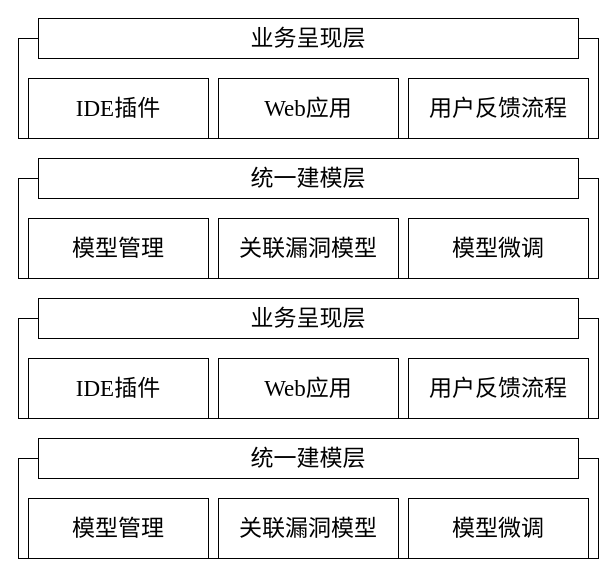
The draw.io diagram 系统-技术架构图.drawio in LovenSar/-, before the edit. Source tidied: cells renumbered, new cells numbered last; positions are measured from the earlier drawing's top-left corner, leaving out a move shared by most shapes. Both pictures are drawn from the tidied source at 100%, with x=0, y=0 at pixel (18, 18).
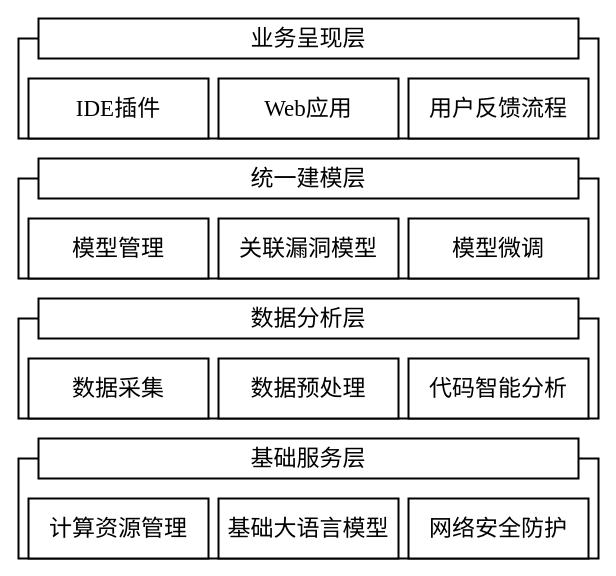
The same diagram, later.

Commit message:
更新系统-技术架构图.drawio

Change to the diagram source:
```diff
@@
-    <mxCell id="2" style="group;" parent="1" vertex="1">
+    <mxCell id="2" style="group;strokeWidth=2;" parent="1" vertex="1">
       <mxGeometry width="580" height="120" as="geometry" />
     </mxCell>
-    <mxCell id="3" style="rounded=0;whiteSpace=wrap;html=1;fontSize=23;fontFamily=宋体;" parent="2" vertex="1">
+    <mxCell id="3" style="rounded=0;whiteSpace=wrap;html=1;fontSize=23;fontFamily=宋体;strokeWidth=2;" parent="2" vertex="1">
       <mxGeometry y="20" width="580" height="100" as="geometry" />
     </mxCell>
-    <mxCell id="4" value="业务呈现层" style="rounded=0;whiteSpace=wrap;html=1;fontSize=23;fontFamily=宋体;" parent="2" vertex="1">
+    <mxCell id="4" value="业务呈现层" style="rounded=0;whiteSpace=wrap;html=1;fontSize=23;fontFamily=宋体;strokeWidth=2;" parent="2" vertex="1">
       <mxGeometry x="20" width="540" height="40" as="geometry" />
     </mxCell>
-    <mxCell id="5" value="IDE&lt;font face=&quot;宋体&quot;&gt;插件&lt;/font&gt;" style="rounded=0;whiteSpace=wrap;html=1;fontSize=23;fontFamily=Times New Roman;" parent="2" vertex="1">
+    <mxCell id="5" value="IDE&lt;font face=&quot;宋体&quot;&gt;插件&lt;/font&gt;" style="rounded=0;whiteSpace=wrap;html=1;fontSize=23;fontFamily=Times New Roman;strokeWidth=2;" parent="2" vertex="1">
       <mxGeometry x="10" y="60" width="180" height="60" as="geometry" />
     </mxCell>
-    <mxCell id="6" value="&lt;font face=&quot;Times New Roman&quot;&gt;Web&lt;/font&gt;应用" style="rounded=0;whiteSpace=wrap;html=1;fontSize=23;fontFamily=宋体;" parent="2" vertex="1">
+    <mxCell id="6" value="&lt;font face=&quot;Times New Roman&quot;&gt;Web&lt;/font&gt;应用" style="rounded=0;whiteSpace=wrap;html=1;fontSize=23;fontFamily=宋体;strokeWidth=2;" parent="2" vertex="1">
       <mxGeometry x="200" y="60" width="180" height="60" as="geometry" />
     </mxCell>
-    <mxCell id="7" value="用户反馈流程" style="rounded=0;whiteSpace=wrap;html=1;fontSize=23;fontFamily=宋体;" parent="2" vertex="1">
+    <mxCell id="7" value="用户反馈流程" style="rounded=0;whiteSpace=wrap;html=1;fontSize=23;fontFamily=宋体;strokeWidth=2;" parent="2" vertex="1">
       <mxGeometry x="390" y="60" width="180" height="60" as="geometry" />
     </mxCell>
-    <mxCell id="8" style="group;" parent="1" vertex="1">
+    <mxCell id="8" style="group;strokeWidth=2;" parent="1" vertex="1">
       <mxGeometry y="140" width="580" height="120" as="geometry" />
     </mxCell>
-    <mxCell id="9" style="rounded=0;whiteSpace=wrap;html=1;fontSize=23;fontFamily=宋体;" parent="8" vertex="1">
+    <mxCell id="9" style="rounded=0;whiteSpace=wrap;html=1;fontSize=23;fontFamily=宋体;strokeWidth=2;" parent="8" vertex="1">
       <mxGeometry y="20" width="580" height="100" as="geometry" />
     </mxCell>
-    <mxCell id="10" value="统一建模层" style="rounded=0;whiteSpace=wrap;html=1;fontSize=23;fontFamily=宋体;" parent="8" vertex="1">
+    <mxCell id="10" value="统一建模层" style="rounded=0;whiteSpace=wrap;html=1;fontSize=23;fontFamily=宋体;strokeWidth=2;" parent="8" vertex="1">
       <mxGeometry x="20" width="540" height="40" as="geometry" />
     </mxCell>
-    <mxCell id="11" value="模型管理" style="rounded=0;whiteSpace=wrap;html=1;fontSize=23;fontFamily=宋体;" parent="8" vertex="1">
+    <mxCell id="11" value="模型管理" style="rounded=0;whiteSpace=wrap;html=1;fontSize=23;fontFamily=宋体;strokeWidth=2;" parent="8" vertex="1">
       <mxGeometry x="10" y="60" width="180" height="60" as="geometry" />
     </mxCell>
-    <mxCell id="12" value="&lt;font&gt;关联漏洞模型&lt;/font&gt;" style="rounded=0;whiteSpace=wrap;html=1;fontSize=23;fontFamily=宋体;" parent="8" vertex="1">
+    <mxCell id="12" value="&lt;font&gt;关联漏洞模型&lt;/font&gt;" style="rounded=0;whiteSpace=wrap;html=1;fontSize=23;fontFamily=宋体;strokeWidth=2;" parent="8" vertex="1">
       <mxGeometry x="200" y="60" width="180" height="60" as="geometry" />
     </mxCell>
-    <mxCell id="13" value="模型微调" style="rounded=0;whiteSpace=wrap;html=1;fontSize=23;fontFamily=宋体;" parent="8" vertex="1">
+    <mxCell id="13" value="模型微调" style="rounded=0;whiteSpace=wrap;html=1;fontSize=23;fontFamily=宋体;strokeWidth=2;" parent="8" vertex="1">
       <mxGeometry x="390" y="60" width="180" height="60" as="geometry" />
     </mxCell>
-    <mxCell id="14" style="group;" parent="1" vertex="1">
+    <mxCell id="14" style="group;fontFamily=宋体;strokeWidth=2;" parent="1" vertex="1">
       <mxGeometry y="280" width="580" height="120" as="geometry" />
     </mxCell>
-    <mxCell id="15" style="rounded=0;whiteSpace=wrap;html=1;fontSize=23;fontFamily=宋体;" parent="14" vertex="1">
+    <mxCell id="15" style="rounded=0;whiteSpace=wrap;html=1;fontSize=23;fontFamily=宋体;strokeWidth=2;" parent="14" vertex="1">
       <mxGeometry y="20" width="580" height="100" as="geometry" />
     </mxCell>
-    <mxCell id="16" value="业务呈现层" style="rounded=0;whiteSpace=wrap;html=1;fontSize=23;fontFamily=宋体;" parent="14" vertex="1">
+    <mxCell id="16" value="数据分析层" style="rounded=0;whiteSpace=wrap;html=1;fontSize=23;fontFamily=宋体;strokeWidth=2;" parent="14" vertex="1">
       <mxGeometry x="20" width="540" height="40" as="geometry" />
     </mxCell>
-    <mxCell id="17" value="IDE&lt;font face=&quot;宋体&quot;&gt;插件&lt;/font&gt;" style="rounded=0;whiteSpace=wrap;html=1;fontSize=23;fontFamily=Times New Roman;" parent="14" vertex="1">
+    <mxCell id="17" value="数据采集" style="rounded=0;whiteSpace=wrap;html=1;fontSize=23;fontFamily=宋体;strokeWidth=2;" parent="14" vertex="1">
       <mxGeometry x="10" y="60" width="180" height="60" as="geometry" />
     </mxCell>
-    <mxCell id="18" value="&lt;font face=&quot;Times New Roman&quot;&gt;Web&lt;/font&gt;应用" style="rounded=0;whiteSpace=wrap;html=1;fontSize=23;fontFamily=宋体;" parent="14" vertex="1">
+    <mxCell id="18" value="&lt;font&gt;数据预处理&lt;/font&gt;" style="rounded=0;whiteSpace=wrap;html=1;fontSize=23;fontFamily=宋体;strokeWidth=2;" parent="14" vertex="1">
       <mxGeometry x="200" y="60" width="180" height="60" as="geometry" />
     </mxCell>
-    <mxCell id="19" value="用户反馈流程" style="rounded=0;whiteSpace=wrap;html=1;fontSize=23;fontFamily=宋体;" parent="14" vertex="1">
+    <mxCell id="19" value="代码智能分析" style="rounded=0;whiteSpace=wrap;html=1;fontSize=23;fontFamily=宋体;strokeWidth=2;" parent="14" vertex="1">
       <mxGeometry x="390" y="60" width="180" height="60" as="geometry" />
     </mxCell>
-    <mxCell id="20" style="group;" parent="1" vertex="1">
+    <mxCell id="20" style="group;fontFamily=宋体;strokeWidth=2;" parent="1" vertex="1">
       <mxGeometry y="420" width="580" height="120" as="geometry" />
     </mxCell>
-    <mxCell id="21" style="rounded=0;whiteSpace=wrap;html=1;fontSize=23;fontFamily=宋体;" parent="20" vertex="1">
+    <mxCell id="21" style="rounded=0;whiteSpace=wrap;html=1;fontSize=23;fontFamily=宋体;strokeWidth=2;" parent="20" vertex="1">
       <mxGeometry y="20" width="580" height="100" as="geometry" />
     </mxCell>
-    <mxCell id="22" value="统一建模层" style="rounded=0;whiteSpace=wrap;html=1;fontSize=23;fontFamily=宋体;" parent="20" vertex="1">
+    <mxCell id="22" value="基础服务层" style="rounded=0;whiteSpace=wrap;html=1;fontSize=23;fontFamily=宋体;strokeWidth=2;" parent="20" vertex="1">
       <mxGeometry x="20" width="540" height="40" as="geometry" />
     </mxCell>
-    <mxCell id="23" value="模型管理" style="rounded=0;whiteSpace=wrap;html=1;fontSize=23;fontFamily=宋体;" parent="20" vertex="1">
+    <mxCell id="23" value="计算资源管理" style="rounded=0;whiteSpace=wrap;html=1;fontSize=23;fontFamily=宋体;strokeWidth=2;" parent="20" vertex="1">
       <mxGeometry x="10" y="60" width="180" height="60" as="geometry" />
     </mxCell>
-    <mxCell id="24" value="&lt;font&gt;关联漏洞模型&lt;/font&gt;" style="rounded=0;whiteSpace=wrap;html=1;fontSize=23;fontFamily=宋体;" parent="20" vertex="1">
+    <mxCell id="24" value="&lt;font&gt;基础大语言模型&lt;/font&gt;" style="rounded=0;whiteSpace=wrap;html=1;fontSize=23;fontFamily=宋体;strokeWidth=2;" parent="20" vertex="1">
       <mxGeometry x="200" y="60" width="180" height="60" as="geometry" />
     </mxCell>
-    <mxCell id="25" value="模型微调" style="rounded=0;whiteSpace=wrap;html=1;fontSize=23;fontFamily=宋体;" parent="20" vertex="1">
+    <mxCell id="25" value="网络安全防护" style="rounded=0;whiteSpace=wrap;html=1;fontSize=23;fontFamily=宋体;strokeWidth=2;" parent="20" vertex="1">
       <mxGeometry x="390" y="60" width="180" height="60" as="geometry" />
     </mxCell>
```
